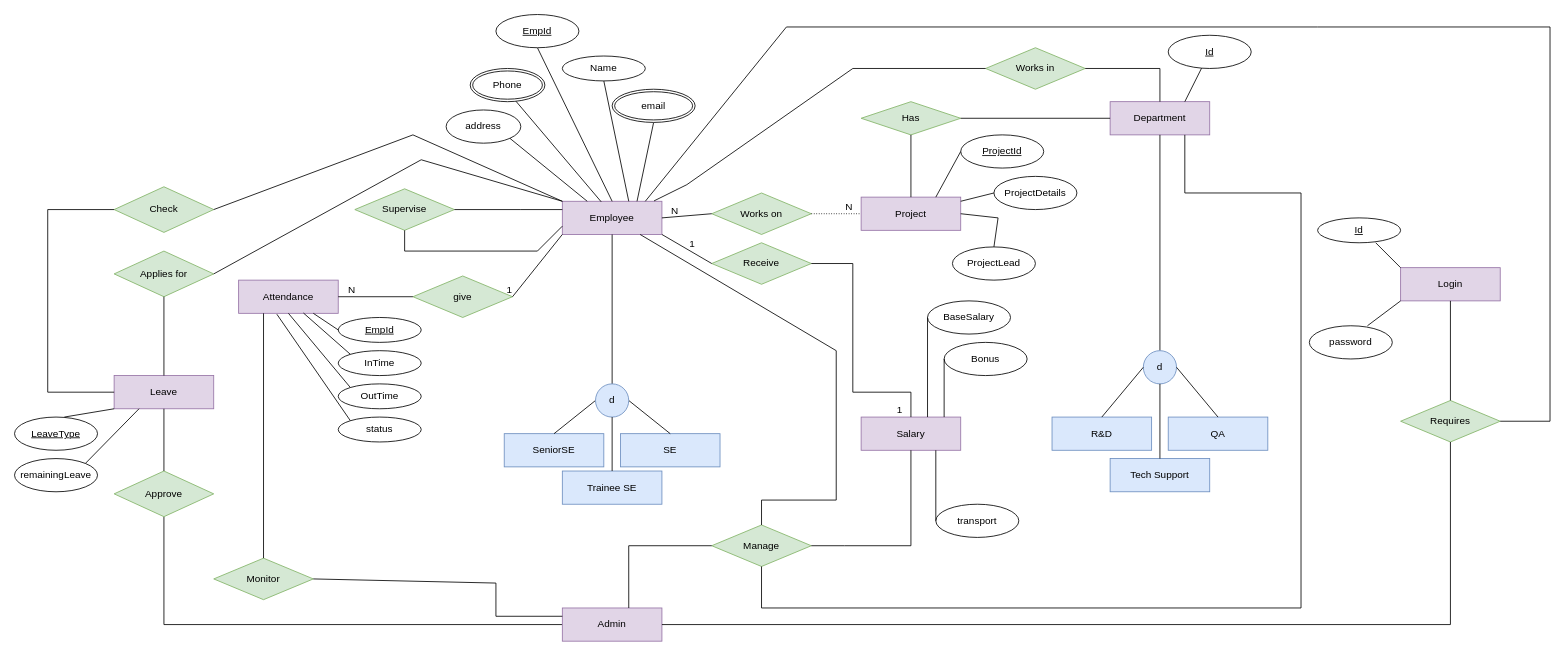
Above: ERD/EER_Software.drawio in nabilah-h-s/NSL (draw.io), before the change. Source tidied: cells renumbered, new cells numbered last; positions are measured from the earlier drawing's top-left corner, leaving out a move shared by most shapes. Both pictures are drawn from the tidied source at 83%, with x=0, y=0 at pixel (14, 14).
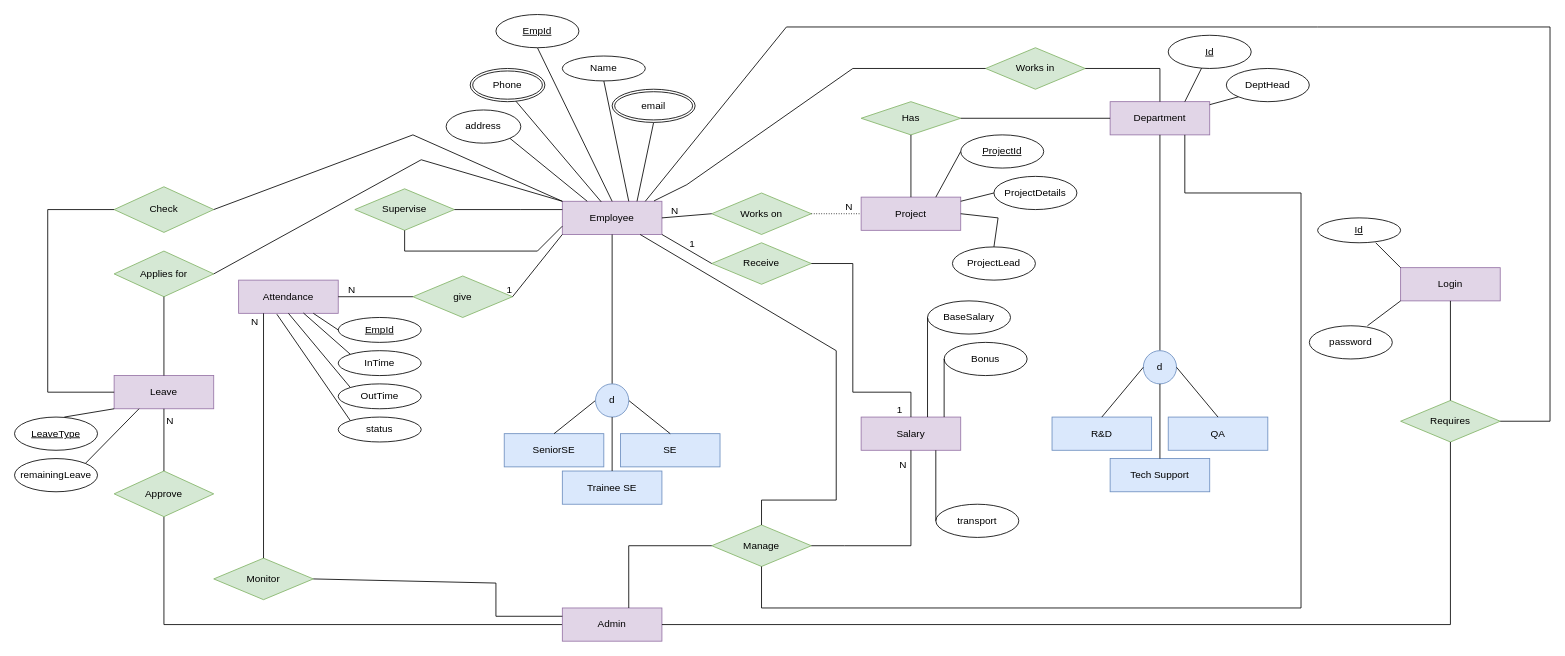
After the change.

Commit message:
Update EER_Software

The change refers to these unchanged cells:
```xml
<mxCell id="33" value="Department" style="rounded=0;whiteSpace=wrap;html=1;fillColor=#e1d5e7;strokeColor=#9673a6;" parent="1" vertex="1">
  <mxGeometry x="1320" y="105" width="120" height="40" as="geometry" />
</mxCell>
```

What changed in the source:
```diff
@@
+    <mxCell id="114" value="DeptHead" style="ellipse;whiteSpace=wrap;html=1;align=center;" parent="1" vertex="1">
+      <mxGeometry x="1460" y="65" width="100" height="40" as="geometry" />
+    </mxCell>
+    <mxCell id="115" style="endArrow=none;html=1;rounded=0;entryX=0;entryY=1;entryDx=0;entryDy=0;" parent="1" edge="1" source="33" target="114">
+      <mxGeometry relative="1" as="geometry" />
+    </mxCell>
+    <mxCell id="116" value="N" style="html=1;align=right;verticalAlign=bottom;" parent="1" vertex="1">
+      <mxGeometry x="420.2" y="360" as="geometry">
+        <mxPoint x="-126" y="19" as="offset" />
+      </mxGeometry>
+    </mxCell>
+    <mxCell id="117" value="N" style="html=1;align=right;verticalAlign=bottom;" parent="1" vertex="1">
+      <mxGeometry x="430.2" y="360" as="geometry">
+        <mxPoint x="-238" y="138" as="offset" />
+      </mxGeometry>
+    </mxCell>
+    <mxCell id="118" value="N" style="html=1;align=right;verticalAlign=bottom;" parent="1" vertex="1">
+      <mxGeometry x="440.2" y="370" as="geometry">
+        <mxPoint x="635" y="181" as="offset" />
+      </mxGeometry>
+    </mxCell>
```
